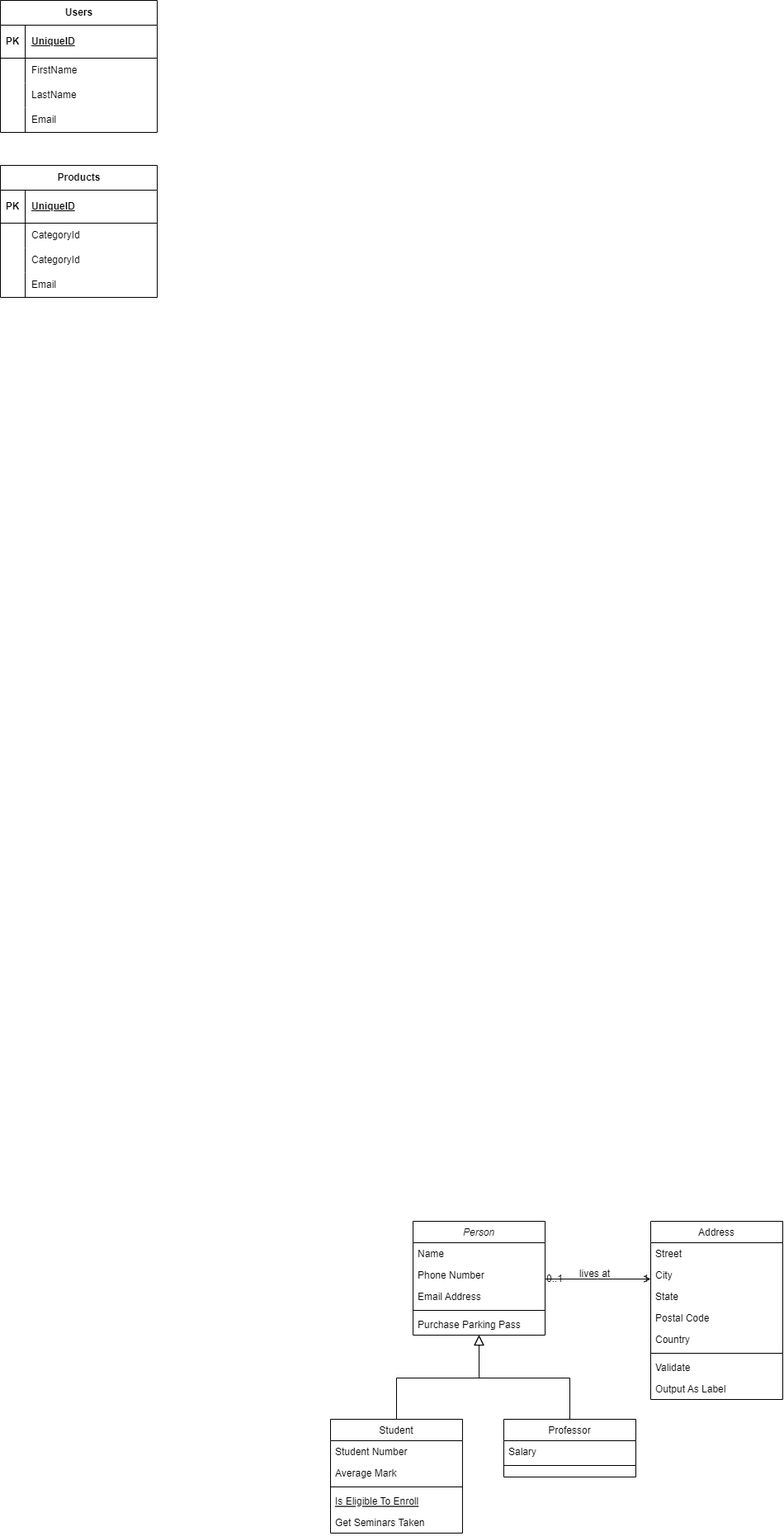
Earlier version of the draw.io export Başlıksız Diyagram.drawio.png (Ayse-nur23/nLayeredApp). Source tidied: cells renumbered, new cells last; positions are measured from the earlier drawing's top-left corner, leaving out a move shared by most shapes.
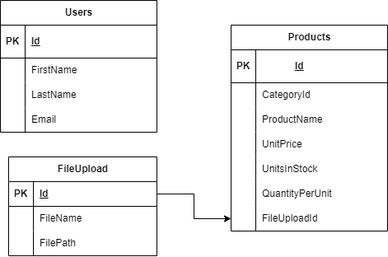
Later version of the same file.

Diff of the diagram source:
```diff
@@ -2,106 +2,8 @@
   <root>
     <mxCell id="0" />
     <mxCell id="1" parent="0" />
-    <mxCell id="2" value="Person" style="swimlane;fontStyle=2;align=center;verticalAlign=top;horizontal=1;startSize=26;rounded=0;shadow=0;strokeWidth=1;" parent="1" vertex="1">
-      <mxGeometry x="500" y="1480" width="160" height="138" as="geometry" />
-    </mxCell>
-    <mxCell id="3" value="Name" style="text;align=left;verticalAlign=top;spacingLeft=4;spacingRight=4;overflow=hidden;" parent="2" vertex="1">
-      <mxGeometry y="26" width="160" height="26" as="geometry" />
-    </mxCell>
-    <mxCell id="4" value="Phone Number" style="text;align=left;verticalAlign=top;spacingLeft=4;spacingRight=4;overflow=hidden;rounded=0;shadow=0;html=0;" parent="2" vertex="1">
-      <mxGeometry y="52" width="160" height="26" as="geometry" />
-    </mxCell>
-    <mxCell id="5" value="Email Address" style="text;align=left;verticalAlign=top;spacingLeft=4;spacingRight=4;overflow=hidden;rounded=0;shadow=0;html=0;" parent="2" vertex="1">
-      <mxGeometry y="78" width="160" height="26" as="geometry" />
-    </mxCell>
-    <mxCell id="6" style="line;html=1;strokeWidth=1;align=left;verticalAlign=middle;spacingTop=-1;spacingLeft=3;spacingRight=3;labelPosition=right;" parent="2" vertex="1">
-      <mxGeometry y="104" width="160" height="8" as="geometry" />
-    </mxCell>
-    <mxCell id="7" value="Purchase Parking Pass" style="text;align=left;verticalAlign=top;spacingLeft=4;spacingRight=4;overflow=hidden;" parent="2" vertex="1">
-      <mxGeometry y="112" width="160" height="26" as="geometry" />
-    </mxCell>
-    <mxCell id="8" value="Student" style="swimlane;fontStyle=0;align=center;verticalAlign=top;horizontal=1;startSize=26;rounded=0;shadow=0;strokeWidth=1;" parent="1" vertex="1">
-      <mxGeometry x="400" y="1720" width="160" height="138" as="geometry" />
-    </mxCell>
-    <mxCell id="9" value="Student Number" style="text;align=left;verticalAlign=top;spacingLeft=4;spacingRight=4;overflow=hidden;" parent="8" vertex="1">
-      <mxGeometry y="26" width="160" height="26" as="geometry" />
-    </mxCell>
-    <mxCell id="10" value="Average Mark" style="text;align=left;verticalAlign=top;spacingLeft=4;spacingRight=4;overflow=hidden;rounded=0;shadow=0;html=0;" parent="8" vertex="1">
-      <mxGeometry y="52" width="160" height="26" as="geometry" />
-    </mxCell>
-    <mxCell id="11" style="line;html=1;strokeWidth=1;align=left;verticalAlign=middle;spacingTop=-1;spacingLeft=3;spacingRight=3;labelPosition=right;" parent="8" vertex="1">
-      <mxGeometry y="78" width="160" height="8" as="geometry" />
-    </mxCell>
-    <mxCell id="12" value="Is Eligible To Enroll" style="text;align=left;verticalAlign=top;spacingLeft=4;spacingRight=4;overflow=hidden;fontStyle=4;" parent="8" vertex="1">
-      <mxGeometry y="86" width="160" height="26" as="geometry" />
-    </mxCell>
-    <mxCell id="13" value="Get Seminars Taken" style="text;align=left;verticalAlign=top;spacingLeft=4;spacingRight=4;overflow=hidden;" parent="8" vertex="1">
-      <mxGeometry y="112" width="160" height="26" as="geometry" />
-    </mxCell>
-    <mxCell id="14" style="endArrow=block;endSize=10;endFill=0;shadow=0;strokeWidth=1;rounded=0;curved=0;edgeStyle=elbowEdgeStyle;elbow=vertical;" parent="1" edge="1" source="8" target="2">
-      <mxGeometry relative="1" as="geometry" />
-    </mxCell>
-    <mxCell id="15" value="Professor" style="swimlane;fontStyle=0;align=center;verticalAlign=top;horizontal=1;startSize=26;rounded=0;shadow=0;strokeWidth=1;" parent="1" vertex="1">
-      <mxGeometry x="610" y="1720" width="160" height="70" as="geometry" />
-    </mxCell>
-    <mxCell id="16" value="Salary" style="text;align=left;verticalAlign=top;spacingLeft=4;spacingRight=4;overflow=hidden;" parent="15" vertex="1">
-      <mxGeometry y="26" width="160" height="26" as="geometry" />
-    </mxCell>
-    <mxCell id="17" style="line;html=1;strokeWidth=1;align=left;verticalAlign=middle;spacingTop=-1;spacingLeft=3;spacingRight=3;labelPosition=right;" parent="15" vertex="1">
-      <mxGeometry y="52" width="160" height="8" as="geometry" />
-    </mxCell>
-    <mxCell id="18" style="endArrow=block;endSize=10;endFill=0;shadow=0;strokeWidth=1;rounded=0;curved=0;edgeStyle=elbowEdgeStyle;elbow=vertical;" parent="1" edge="1" source="15" target="2">
-      <mxGeometry relative="1" as="geometry" />
-    </mxCell>
-    <mxCell id="19" value="Address" style="swimlane;fontStyle=0;align=center;verticalAlign=top;horizontal=1;startSize=26;rounded=0;shadow=0;strokeWidth=1;" parent="1" vertex="1">
-      <mxGeometry x="788" y="1480" width="160" height="216" as="geometry" />
-    </mxCell>
-    <mxCell id="20" value="Street" style="text;align=left;verticalAlign=top;spacingLeft=4;spacingRight=4;overflow=hidden;" parent="19" vertex="1">
-      <mxGeometry y="26" width="160" height="26" as="geometry" />
-    </mxCell>
-    <mxCell id="21" value="City" style="text;align=left;verticalAlign=top;spacingLeft=4;spacingRight=4;overflow=hidden;rounded=0;shadow=0;html=0;" parent="19" vertex="1">
-      <mxGeometry y="52" width="160" height="26" as="geometry" />
-    </mxCell>
-    <mxCell id="22" value="State" style="text;align=left;verticalAlign=top;spacingLeft=4;spacingRight=4;overflow=hidden;rounded=0;shadow=0;html=0;" parent="19" vertex="1">
-      <mxGeometry y="78" width="160" height="26" as="geometry" />
-    </mxCell>
-    <mxCell id="23" value="Postal Code" style="text;align=left;verticalAlign=top;spacingLeft=4;spacingRight=4;overflow=hidden;rounded=0;shadow=0;html=0;" parent="19" vertex="1">
-      <mxGeometry y="104" width="160" height="26" as="geometry" />
-    </mxCell>
-    <mxCell id="24" value="Country" style="text;align=left;verticalAlign=top;spacingLeft=4;spacingRight=4;overflow=hidden;rounded=0;shadow=0;html=0;" parent="19" vertex="1">
-      <mxGeometry y="130" width="160" height="26" as="geometry" />
-    </mxCell>
-    <mxCell id="25" style="line;html=1;strokeWidth=1;align=left;verticalAlign=middle;spacingTop=-1;spacingLeft=3;spacingRight=3;labelPosition=right;" parent="19" vertex="1">
-      <mxGeometry y="156" width="160" height="8" as="geometry" />
-    </mxCell>
-    <mxCell id="26" value="Validate" style="text;align=left;verticalAlign=top;spacingLeft=4;spacingRight=4;overflow=hidden;" parent="19" vertex="1">
-      <mxGeometry y="164" width="160" height="26" as="geometry" />
-    </mxCell>
-    <mxCell id="27" value="Output As Label" style="text;align=left;verticalAlign=top;spacingLeft=4;spacingRight=4;overflow=hidden;" parent="19" vertex="1">
-      <mxGeometry y="190" width="160" height="26" as="geometry" />
-    </mxCell>
-    <mxCell id="28" style="endArrow=open;shadow=0;strokeWidth=1;rounded=0;curved=0;endFill=1;edgeStyle=elbowEdgeStyle;elbow=vertical;" parent="1" edge="1" source="2" target="19">
-      <mxGeometry x="0.5" y="41" relative="1" as="geometry">
-        <mxPoint x="-40" y="32" as="offset" />
-      </mxGeometry>
-    </mxCell>
-    <mxCell id="29" value="0..1" style="align=left;verticalAlign=bottom;labelBackgroundColor=none;fontSize=12;" parent="28" vertex="1">
-      <mxGeometry x="-1" relative="1" as="geometry">
-        <mxPoint y="4" as="offset" />
-      </mxGeometry>
-    </mxCell>
-    <mxCell id="30" value="1" style="align=right;verticalAlign=bottom;labelBackgroundColor=none;fontSize=12;" parent="28" vertex="1">
-      <mxGeometry x="1" relative="1" as="geometry">
-        <mxPoint x="-7" y="4" as="offset" />
-      </mxGeometry>
-    </mxCell>
-    <mxCell id="31" value="lives at" style="text;html=1;align=center;verticalAlign=middle;labelBackgroundColor=none;rounded=0;shadow=0;strokeWidth=1;fontSize=12;" parent="28" vertex="1">
-      <mxGeometry x="0.5" y="49" relative="1" as="geometry">
-        <mxPoint x="-38" y="40" as="offset" />
-      </mxGeometry>
-    </mxCell>
     <mxCell id="32" value="Users" style="shape=table;startSize=30;rowLines=0;fontStyle=1;align=center;html=1;" parent="1" vertex="1">
-      <mxGeometry width="190" height="160" as="geometry" />
+      <mxGeometry x="-270" y="160" width="190" height="160" as="geometry" />
     </mxCell>
     <mxCell id="33" style="shape=tableRow;horizontal=0;startSize=0;swimlaneHead=0;swimlaneBody=0;fillColor=none;top=0;left=0;right=0;bottom=1;" parent="32" vertex="1">
       <mxGeometry y="30" width="190" height="40" as="geometry" />
@@ -109,7 +11,7 @@
     <mxCell id="34" value="PK" style="shape=partialRectangle;fillColor=none;top=0;left=0;bottom=0;right=0;fontStyle=1;overflow=hidden;whiteSpace=wrap;html=1;" parent="33" vertex="1">
       <mxGeometry width="30" height="40" as="geometry" />
     </mxCell>
-    <mxCell id="35" value="UniqueID" style="shape=partialRectangle;fillColor=none;top=0;left=0;bottom=0;right=0;align=left;spacingLeft=6;fontStyle=5;overflow=hidden;whiteSpace=wrap;html=1;" parent="33" vertex="1">
+    <mxCell id="35" value="Id" style="shape=partialRectangle;fillColor=none;top=0;left=0;bottom=0;right=0;align=left;spacingLeft=6;fontStyle=5;overflow=hidden;whiteSpace=wrap;html=1;" parent="33" vertex="1">
       <mxGeometry x="30" width="160" height="40" as="geometry" />
     </mxCell>
     <mxCell id="36" style="shape=tableRow;horizontal=0;startSize=0;swimlaneHead=0;swimlaneBody=0;fillColor=none;top=0;left=0;right=0;bottom=0;" parent="32" vertex="1">
@@ -140,7 +42,7 @@
       <mxGeometry x="30" width="160" height="30" as="geometry" />
     </mxCell>
     <mxCell id="45" value="Products" style="shape=table;startSize=30;rowLines=0;fontStyle=1;align=center;html=1;" parent="1" vertex="1">
-      <mxGeometry y="200" width="190" height="160" as="geometry" />
+      <mxGeometry x="10" y="190" width="190" height="250" as="geometry" />
     </mxCell>
     <mxCell id="46" style="shape=tableRow;horizontal=0;startSize=0;swimlaneHead=0;swimlaneBody=0;fillColor=none;top=0;left=0;right=0;bottom=1;" parent="45" vertex="1">
       <mxGeometry y="30" width="190" height="40" as="geometry" />
@@ -148,7 +50,7 @@
     <mxCell id="47" value="PK" style="shape=partialRectangle;fillColor=none;top=0;left=0;bottom=0;right=0;fontStyle=1;overflow=hidden;whiteSpace=wrap;html=1;" parent="46" vertex="1">
       <mxGeometry width="30" height="40" as="geometry" />
     </mxCell>
-    <mxCell id="48" value="UniqueID" style="shape=partialRectangle;fillColor=none;top=0;left=0;bottom=0;right=0;align=left;spacingLeft=6;fontStyle=5;overflow=hidden;whiteSpace=wrap;html=1;" parent="46" vertex="1">
+    <mxCell id="48" value="&lt;blockquote style=&quot;margin: 0 0 0 40px; border: none; padding: 0px;&quot;&gt;Id&lt;/blockquote&gt;" style="shape=partialRectangle;fillColor=none;top=0;left=0;bottom=0;right=0;align=left;spacingLeft=6;fontStyle=5;overflow=hidden;whiteSpace=wrap;html=1;" parent="46" vertex="1">
       <mxGeometry x="30" width="160" height="40" as="geometry" />
     </mxCell>
     <mxCell id="49" style="shape=tableRow;horizontal=0;startSize=0;swimlaneHead=0;swimlaneBody=0;fillColor=none;top=0;left=0;right=0;bottom=0;" parent="45" vertex="1">
@@ -166,17 +68,77 @@
     <mxCell id="53" style="shape=partialRectangle;fillColor=none;top=0;left=0;bottom=0;right=0;overflow=hidden;whiteSpace=wrap;html=1;" parent="52" vertex="1">
       <mxGeometry width="30" height="30" as="geometry" />
     </mxCell>
-    <mxCell id="54" value="CategoryId&amp;nbsp;" style="shape=partialRectangle;fillColor=none;top=0;left=0;bottom=0;right=0;align=left;spacingLeft=6;overflow=hidden;whiteSpace=wrap;html=1;" parent="52" vertex="1">
+    <mxCell id="54" value="ProductName&amp;nbsp;" style="shape=partialRectangle;fillColor=none;top=0;left=0;bottom=0;right=0;align=left;spacingLeft=6;overflow=hidden;whiteSpace=wrap;html=1;" parent="52" vertex="1">
       <mxGeometry x="30" width="160" height="30" as="geometry" />
     </mxCell>
+    <mxCell id="58" style="shape=tableRow;horizontal=0;startSize=0;swimlaneHead=0;swimlaneBody=0;fillColor=none;top=0;left=0;right=0;bottom=0;" parent="45" vertex="1">
+      <mxGeometry y="130" width="190" height="30" as="geometry" />
+    </mxCell>
+    <mxCell id="59" style="shape=partialRectangle;fillColor=none;top=0;left=0;bottom=0;right=0;overflow=hidden;whiteSpace=wrap;html=1;" parent="58" vertex="1">
+      <mxGeometry width="30" height="30" as="geometry" />
+    </mxCell>
+    <mxCell id="60" value="UnitPrice&amp;nbsp;" style="shape=partialRectangle;fillColor=none;top=0;left=0;bottom=0;right=0;align=left;spacingLeft=6;overflow=hidden;whiteSpace=wrap;html=1;" parent="58" vertex="1">
+      <mxGeometry x="30" width="160" height="30" as="geometry" />
+    </mxCell>
+    <mxCell id="61" style="shape=tableRow;horizontal=0;startSize=0;swimlaneHead=0;swimlaneBody=0;fillColor=none;top=0;left=0;right=0;bottom=0;" parent="45" vertex="1">
+      <mxGeometry y="160" width="190" height="30" as="geometry" />
+    </mxCell>
+    <mxCell id="62" style="shape=partialRectangle;fillColor=none;top=0;left=0;bottom=0;right=0;overflow=hidden;whiteSpace=wrap;html=1;" parent="61" vertex="1">
+      <mxGeometry width="30" height="30" as="geometry" />
+    </mxCell>
+    <mxCell id="63" value="UnitsInStock&amp;nbsp;" style="shape=partialRectangle;fillColor=none;top=0;left=0;bottom=0;right=0;align=left;spacingLeft=6;overflow=hidden;whiteSpace=wrap;html=1;" parent="61" vertex="1">
+      <mxGeometry x="30" width="160" height="30" as="geometry" />
+    </mxCell>
+    <mxCell id="64" style="shape=tableRow;horizontal=0;startSize=0;swimlaneHead=0;swimlaneBody=0;fillColor=none;top=0;left=0;right=0;bottom=0;" parent="45" vertex="1">
+      <mxGeometry y="190" width="190" height="30" as="geometry" />
+    </mxCell>
+    <mxCell id="65" style="shape=partialRectangle;fillColor=none;top=0;left=0;bottom=0;right=0;overflow=hidden;whiteSpace=wrap;html=1;" parent="64" vertex="1">
+      <mxGeometry width="30" height="30" as="geometry" />
+    </mxCell>
+    <mxCell id="66" value="QuantityPerUnit&amp;nbsp;" style="shape=partialRectangle;fillColor=none;top=0;left=0;bottom=0;right=0;align=left;spacingLeft=6;overflow=hidden;whiteSpace=wrap;html=1;" parent="64" vertex="1">
+      <mxGeometry x="30" width="160" height="30" as="geometry" />
+    </mxCell>
     <mxCell id="55" style="shape=tableRow;horizontal=0;startSize=0;swimlaneHead=0;swimlaneBody=0;fillColor=none;points=[[0,0.5],[1,0.5]];portConstraint=eastwest;top=0;left=0;right=0;bottom=0;" parent="45" vertex="1">
-      <mxGeometry y="130" width="190" height="30" as="geometry" />
+      <mxGeometry y="220" width="190" height="30" as="geometry" />
     </mxCell>
     <mxCell id="56" style="shape=partialRectangle;fillColor=none;top=0;left=0;bottom=0;right=0;overflow=hidden;whiteSpace=wrap;html=1;" parent="55" vertex="1">
       <mxGeometry width="30" height="30" as="geometry" />
     </mxCell>
-    <mxCell id="57" value="Email" style="shape=partialRectangle;fillColor=none;top=0;left=0;bottom=0;right=0;align=left;spacingLeft=6;overflow=hidden;whiteSpace=wrap;html=1;" parent="55" vertex="1">
+    <mxCell id="57" value="FileUploadId" style="shape=partialRectangle;fillColor=none;top=0;left=0;bottom=0;right=0;align=left;spacingLeft=6;overflow=hidden;whiteSpace=wrap;html=1;" parent="55" vertex="1">
       <mxGeometry x="30" width="160" height="30" as="geometry" />
     </mxCell>
+    <mxCell id="67" value="FileUpload" style="shape=table;startSize=30;rowLines=0;fontStyle=1;align=center;html=1;" parent="1" vertex="1">
+      <mxGeometry x="-260" y="350" width="180" height="120" as="geometry" />
+    </mxCell>
+    <mxCell id="68" style="shape=tableRow;horizontal=0;startSize=0;swimlaneHead=0;swimlaneBody=0;fillColor=none;points=[[0,0.5],[1,0.5]];portConstraint=eastwest;top=0;left=0;right=0;bottom=1;" parent="67" vertex="1">
+      <mxGeometry y="30" width="180" height="30" as="geometry" />
+    </mxCell>
+    <mxCell id="69" value="PK" style="shape=partialRectangle;fillColor=none;top=0;left=0;bottom=0;right=0;fontStyle=1;overflow=hidden;whiteSpace=wrap;html=1;" parent="68" vertex="1">
+      <mxGeometry width="30" height="30" as="geometry" />
+    </mxCell>
+    <mxCell id="70" value="Id" style="shape=partialRectangle;fillColor=none;top=0;left=0;bottom=0;right=0;align=left;spacingLeft=6;fontStyle=5;overflow=hidden;whiteSpace=wrap;html=1;" parent="68" vertex="1">
+      <mxGeometry x="30" width="150" height="30" as="geometry" />
+    </mxCell>
+    <mxCell id="71" style="shape=tableRow;horizontal=0;startSize=0;swimlaneHead=0;swimlaneBody=0;fillColor=none;top=0;left=0;right=0;bottom=0;" parent="67" vertex="1">
+      <mxGeometry y="60" width="180" height="30" as="geometry" />
+    </mxCell>
+    <mxCell id="72" style="shape=partialRectangle;fillColor=none;top=0;left=0;bottom=0;right=0;overflow=hidden;whiteSpace=wrap;html=1;" parent="71" vertex="1">
+      <mxGeometry width="30" height="30" as="geometry" />
+    </mxCell>
+    <mxCell id="73" value="FileName&amp;nbsp;" style="shape=partialRectangle;fillColor=none;top=0;left=0;bottom=0;right=0;align=left;spacingLeft=6;overflow=hidden;whiteSpace=wrap;html=1;" parent="71" vertex="1">
+      <mxGeometry x="30" width="150" height="30" as="geometry" />
+    </mxCell>
+    <mxCell id="74" style="shape=tableRow;horizontal=0;startSize=0;swimlaneHead=0;swimlaneBody=0;fillColor=none;top=0;left=0;right=0;bottom=0;" parent="67" vertex="1">
+      <mxGeometry y="90" width="180" height="30" as="geometry" />
+    </mxCell>
+    <mxCell id="75" style="shape=partialRectangle;fillColor=none;top=0;left=0;bottom=0;right=0;overflow=hidden;whiteSpace=wrap;html=1;" parent="74" vertex="1">
+      <mxGeometry width="30" height="30" as="geometry" />
+    </mxCell>
+    <mxCell id="76" value="FilePath&amp;nbsp;" style="shape=partialRectangle;fillColor=none;top=0;left=0;bottom=0;right=0;align=left;spacingLeft=6;overflow=hidden;whiteSpace=wrap;html=1;" parent="74" vertex="1">
+      <mxGeometry x="30" width="150" height="30" as="geometry" />
+    </mxCell>
+    <mxCell id="77" style="edgeStyle=orthogonalEdgeStyle;rounded=0;jettySize=auto;html=1;exitX=1;exitY=0.5;exitDx=0;exitDy=0;entryX=0;entryY=0.5;entryDx=0;entryDy=0;" parent="1" edge="1" source="68" target="55">
+      <mxGeometry relative="1" as="geometry" />
+    </mxCell>
   </root>
 </mxGraphModel>
```
